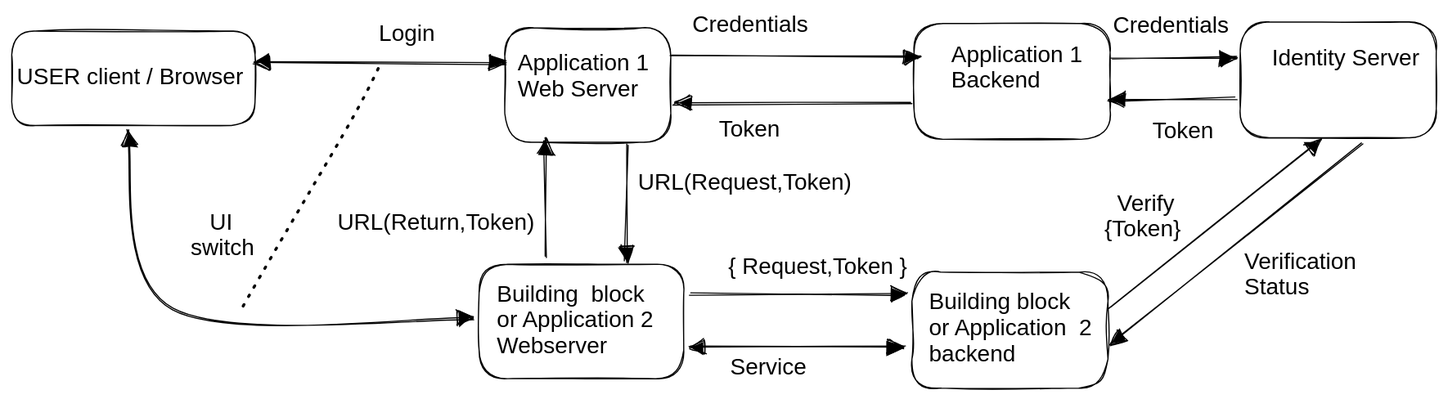
Earlier version of the Excalidraw export .gitbook/assets/file.excalidraw.svg (GovStackWorkingGroup/specifications). Source tidied: one line per element, renumbered; positions are measured from the earlier drawing's top-left corner, leaving out a move shared by most shapes. The source it was exported from:
```json
{"id": 0, "type": "rectangle", "strokeColor": "#000000", "strokeWidth": 1, "roughness": 1, "round": true, "x": 431, "y": 14, "width": 145, "height": 100}
{"id": 1, "type": "arrow", "strokeColor": "#000000", "strokeWidth": 1, "roughness": 1, "endArrowhead": "triangle", "round": true, "from": 0, "x": 576, "y": 38, "width": 218, "height": 2, "points": [[0, 0], [218, 2]]}
{"id": 2, "type": "arrow", "strokeColor": "#000000", "strokeWidth": 1, "roughness": 1, "endArrowhead": "triangle", "round": true, "from": 3, "to": 0, "x": 786, "y": 81, "width": 208, "height": 1, "points": [[0, 0], [-208, 1]]}
{"id": 3, "type": "rectangle", "strokeColor": "#000000", "strokeWidth": 1, "roughness": 1, "round": true, "x": 788, "y": 10, "width": 171, "height": 101}
{"id": 4, "type": "arrow", "strokeColor": "#000000", "strokeWidth": 1, "roughness": 1, "endArrowhead": "triangle", "round": true, "from": 3, "to": 5, "x": 961, "y": 41, "width": 109, "height": 1, "points": [[0, 0], [109, -1]]}
{"id": 5, "type": "rectangle", "strokeColor": "#000000", "strokeWidth": 1, "roughness": 1, "round": true, "x": 1073, "y": 9, "width": 171, "height": 101}
{"id": 6, "type": "arrow", "strokeColor": "#000000", "strokeWidth": 1, "roughness": 1, "endArrowhead": "triangle", "round": true, "from": 5, "x": 1069, "y": 75, "width": 111, "height": 3, "points": [[0, 0], [-111, 3]]}
{"id": 7, "type": "rectangle", "strokeColor": "#000000", "strokeWidth": 1, "roughness": 2, "round": true, "x": 786, "y": 228, "width": 171, "height": 101}
{"id": 8, "type": "arrow", "strokeColor": "#000000", "strokeWidth": 1, "roughness": 1, "endArrowhead": "triangle", "round": true, "from": 27, "to": 7, "x": 593, "y": 247, "width": 188, "height": 1, "points": [[0, 0], [188, 1]]}
{"id": 9, "type": "arrow", "strokeColor": "#000000", "strokeWidth": 1, "roughness": 1, "endArrowhead": "triangle", "round": true, "from": 7, "to": 5, "x": 959, "y": 260, "width": 184, "height": 148, "points": [[0, 0], [184, -148]]}
{"id": 10, "type": "arrow", "strokeColor": "#000000", "strokeWidth": 1, "roughness": 1, "startArrowhead": "triangle", "endArrowhead": "triangle", "round": true, "from": 7, "to": 27, "x": 780, "y": 293, "width": 187, "height": 0, "points": [[0, 0], [-187, 0]]}
{"id": 11, "type": "text", "text": "Credentials", "strokeColor": "#000000", "strokeWidth": 1, "roughness": 2, "fontSize": 20, "fontFamily": 2, "x": 962, "y": 0, "width": 103, "height": 23}
{"id": 12, "type": "text", "text": "Credentials", "strokeColor": "#000000", "strokeWidth": 1, "roughness": 2, "fontSize": 20, "fontFamily": 2, "x": 594, "y": 0, "width": 103, "height": 23}
{"id": 13, "type": "arrow", "strokeColor": "#000000", "strokeWidth": 1, "roughness": 1, "startArrowhead": "triangle", "endArrowhead": "triangle", "round": true, "from": 14, "to": 15, "x": 212, "y": 44, "width": 220, "height": 2, "points": [[0, 0], [220, 2]]}
{"id": 14, "type": "text", "text": "USER client / Browser", "strokeColor": "#000000", "strokeWidth": 1, "roughness": 2, "fontSize": 20, "fontFamily": 2, "x": 4, "y": 45, "width": 200, "height": 23}
{"id": 15, "type": "text", "text": "Application 1\nWeb Server", "strokeColor": "#000000", "strokeWidth": 1, "roughness": 2, "fontSize": 20, "fontFamily": 2, "x": 442, "y": 34, "width": 116, "height": 45}
{"id": 16, "type": "text", "text": "Application 1\nBackend", "strokeColor": "#000000", "strokeWidth": 1, "roughness": 2, "fontSize": 20, "fontFamily": 2, "x": 821, "y": 26, "width": 116, "height": 45}
{"id": 17, "type": "text", "text": "Login", "strokeColor": "#000000", "strokeWidth": 1, "roughness": 2, "fontSize": 20, "fontFamily": 2, "x": 321, "y": 8, "width": 51, "height": 23}
{"id": 18, "type": "text", "text": "  Token", "strokeColor": "#000000", "strokeWidth": 1, "roughness": 2, "fontSize": 20, "fontFamily": 2, "x": 986, "y": 93, "width": 66, "height": 23}
{"id": 19, "type": "text", "text": "  Token", "strokeColor": "#000000", "strokeWidth": 1, "roughness": 2, "fontSize": 20, "fontFamily": 2, "x": 607, "y": 92, "width": 66, "height": 23}
{"id": 20, "type": "text", "text": "  Verify \n{Token}", "strokeColor": "#000000", "strokeWidth": 1, "roughness": 2, "fontSize": 20, "fontFamily": 2, "x": 954, "y": 156, "width": 69, "height": 45}
{"id": 21, "type": "text", "text": "URL(Request,Token)", "strokeColor": "#000000", "strokeWidth": 1, "roughness": 2, "fontSize": 20, "fontFamily": 2, "x": 547, "y": 138, "width": 189, "height": 23}
{"id": 22, "type": "text", "text": "URL(Return,Token)", "strokeColor": "#000000", "strokeWidth": 1, "roughness": 2, "fontSize": 20, "fontFamily": 2, "x": 284, "y": 173, "width": 174, "height": 23}
{"id": 23, "type": "text", "text": "Verification\nStatus\n", "strokeColor": "#000000", "strokeWidth": 1, "roughness": 2, "fontSize": 20, "fontFamily": 2, "x": 1077, "y": 207, "width": 99, "height": 68}
{"id": 24, "type": "text", "text": "Identity Server", "strokeColor": "#000000", "strokeWidth": 1, "roughness": 2, "fontSize": 20, "fontFamily": 2, "x": 1101, "y": 29, "width": 131, "height": 23}
{"id": 25, "type": "text", "text": "Building block  \nor Application  2\nbackend", "strokeColor": "#000000", "strokeWidth": 1, "roughness": 2, "fontSize": 20, "fontFamily": 2, "x": 801, "y": 242, "width": 143, "height": 68}
{"id": 26, "type": "arrow", "strokeColor": "#000000", "strokeWidth": 1, "roughness": 1, "endArrowhead": "triangle", "round": true, "from": 5, "to": 7, "x": 1180, "y": 115, "width": 220, "height": 175, "points": [[0, 0], [-220, 175]]}
{"id": 27, "type": "rectangle", "strokeColor": "#000000", "strokeWidth": 1, "roughness": 1, "round": true, "x": 408, "y": 221, "width": 179, "height": 100}
{"id": 28, "type": "text", "text": "Building  block \nor Application 2\nWebserver", "strokeColor": "#000000", "strokeWidth": 1, "roughness": 1, "fontSize": 20, "fontFamily": 2, "x": 424, "y": 236, "width": 138, "height": 68}
{"id": 29, "type": "arrow", "strokeColor": "#000000", "strokeWidth": 1, "roughness": 1, "endArrowhead": "triangle", "round": true, "from": 0, "to": 28, "x": 538, "y": 117, "width": 2, "height": 102, "points": [[0, 0], [-2, 102]]}
{"id": 30, "type": "arrow", "strokeColor": "#000000", "strokeWidth": 1, "roughness": 1, "endArrowhead": "triangle", "round": true, "from": 27, "x": 466, "y": 215, "width": 1, "height": 103, "points": [[0, 0], [-1, -103]]}
{"id": 31, "type": "text", "text": "     { Request,Token }", "strokeColor": "#000000", "strokeWidth": 1, "roughness": 2, "fontSize": 19.78, "fontFamily": 2, "x": 598, "y": 211, "width": 186, "height": 23}
{"id": 32, "type": "text", "text": "Service\n", "strokeColor": "#000000", "strokeWidth": 1, "roughness": 1, "fontSize": 20, "fontFamily": 2, "x": 628, "y": 299, "width": 68, "height": 45}
{"id": 33, "type": "rectangle", "strokeColor": "#000000", "strokeWidth": 1, "roughness": 1, "round": true, "x": 0, "y": 17, "width": 212, "height": 82}
{"id": 34, "type": "arrow", "strokeColor": "#000000", "strokeWidth": 1, "roughness": 1, "startArrowhead": "triangle", "endArrowhead": "triangle", "round": true, "from": 33, "to": 27, "x": 101, "y": 104, "width": 303, "height": 165, "points": [[0, 0], [39, 156], [303, 165]]}
{"id": 35, "type": "line", "strokeColor": "#000000", "strokeWidth": 2, "strokeStyle": "dotted", "roughness": 2, "x": 322, "y": 51, "width": 125, "height": 212, "points": [[0, 0], [-125, 212]]}
{"id": 36, "type": "text", "text": "   UI \nswitch", "strokeColor": "#000000", "strokeWidth": 2, "strokeStyle": "dotted", "roughness": 2, "fontSize": 20, "fontFamily": 2, "x": 156, "y": 173, "width": 58, "height": 45}
```
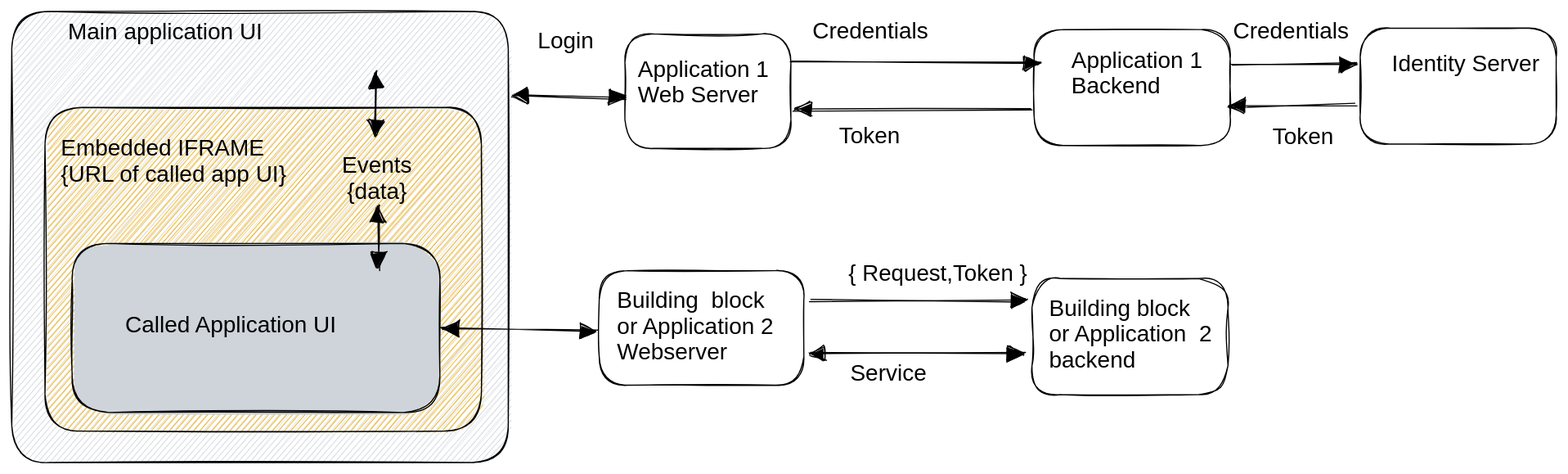
The same file after the commit.

Change to the diagram source:
```diff
@@ -2,36 +2,33 @@
 {"id": 1, "type": "arrow", "strokeColor": "#000000", "strokeWidth": 1, "roughness": 1, "endArrowhead": "triangle", "round": true, "from": 0, "x": 576, "y": 38, "width": 218, "height": 2, "points": [[0, 0], [218, 2]]}
 {"id": 2, "type": "arrow", "strokeColor": "#000000", "strokeWidth": 1, "roughness": 1, "endArrowhead": "triangle", "round": true, "from": 3, "to": 0, "x": 786, "y": 81, "width": 208, "height": 1, "points": [[0, 0], [-208, 1]]}
 {"id": 3, "type": "rectangle", "strokeColor": "#000000", "strokeWidth": 1, "roughness": 1, "round": true, "x": 788, "y": 10, "width": 171, "height": 101}
-{"id": 4, "type": "arrow", "strokeColor": "#000000", "strokeWidth": 1, "roughness": 1, "endArrowhead": "triangle", "round": true, "from": 3, "to": 5, "x": 961, "y": 41, "width": 109, "height": 1, "points": [[0, 0], [109, -1]]}
+{"id": 4, "type": "arrow", "strokeColor": "#000000", "strokeWidth": 1, "roughness": 1, "endArrowhead": "triangle", "round": true, "from": 3, "to": 11, "x": 961, "y": 41, "width": 109, "height": 1, "points": [[0, 0], [109, -1]]}
 {"id": 5, "type": "rectangle", "strokeColor": "#000000", "strokeWidth": 1, "roughness": 1, "round": true, "x": 1073, "y": 9, "width": 171, "height": 101}
 {"id": 6, "type": "arrow", "strokeColor": "#000000", "strokeWidth": 1, "roughness": 1, "endArrowhead": "triangle", "round": true, "from": 5, "x": 1069, "y": 75, "width": 111, "height": 3, "points": [[0, 0], [-111, 3]]}
 {"id": 7, "type": "rectangle", "strokeColor": "#000000", "strokeWidth": 1, "roughness": 2, "round": true, "x": 786, "y": 228, "width": 171, "height": 101}
-{"id": 8, "type": "arrow", "strokeColor": "#000000", "strokeWidth": 1, "roughness": 1, "endArrowhead": "triangle", "round": true, "from": 27, "to": 7, "x": 593, "y": 247, "width": 188, "height": 1, "points": [[0, 0], [188, 1]]}
+{"id": 8, "type": "arrow", "strokeColor": "#000000", "strokeWidth": 1, "roughness": 1, "endArrowhead": "triangle", "round": true, "from": 31, "to": 7, "x": 593, "y": 247, "width": 188, "height": 1, "points": [[0, 0], [188, 1]]}
-{"id": 9, "type": "arrow", "strokeColor": "#000000", "strokeWidth": 1, "roughness": 1, "endArrowhead": "triangle", "round": true, "from": 7, "to": 5, "x": 959, "y": 260, "width": 184, "height": 148, "points": [[0, 0], [184, -148]]}
 {"id": 10, "type": "arrow", "strokeColor": "#000000", "strokeWidth": 1, "roughness": 1, "startArrowhead": "triangle", "endArrowhead": "triangle", "round": true, "from": 7, "to": 27, "x": 780, "y": 293, "width": 187, "height": 0, "points": [[0, 0], [-187, 0]]}
 {"id": 11, "type": "text", "text": "Credentials", "strokeColor": "#000000", "strokeWidth": 1, "roughness": 2, "fontSize": 20, "fontFamily": 2, "x": 962, "y": 0, "width": 103, "height": 23}
 {"id": 12, "type": "text", "text": "Credentials", "strokeColor": "#000000", "strokeWidth": 1, "roughness": 2, "fontSize": 20, "fontFamily": 2, "x": 594, "y": 0, "width": 103, "height": 23}
-{"id": 13, "type": "arrow", "strokeColor": "#000000", "strokeWidth": 1, "roughness": 1, "startArrowhead": "triangle", "endArrowhead": "triangle", "round": true, "from": 14, "to": 15, "x": 212, "y": 44, "width": 220, "height": 2, "points": [[0, 0], [220, 2]]}
+{"id": 13, "type": "arrow", "strokeColor": "#000000", "strokeWidth": 1, "roughness": 1, "startArrowhead": "triangle", "endArrowhead": "triangle", "round": true, "from": 37, "to": 15, "x": 333, "y": 67, "width": 99, "height": 4, "points": [[0, 0], [99, 4]]}
-{"id": 14, "type": "text", "text": "USER client / Browser", "strokeColor": "#000000", "strokeWidth": 1, "roughness": 2, "fontSize": 20, "fontFamily": 2, "x": 4, "y": 45, "width": 200, "height": 23}
 {"id": 15, "type": "text", "text": "Application 1\nWeb Server", "strokeColor": "#000000", "strokeWidth": 1, "roughness": 2, "fontSize": 20, "fontFamily": 2, "x": 442, "y": 34, "width": 116, "height": 45}
 {"id": 16, "type": "text", "text": "Application 1\nBackend", "strokeColor": "#000000", "strokeWidth": 1, "roughness": 2, "fontSize": 20, "fontFamily": 2, "x": 821, "y": 26, "width": 116, "height": 45}
-{"id": 17, "type": "text", "text": "Login", "strokeColor": "#000000", "strokeWidth": 1, "roughness": 2, "fontSize": 20, "fontFamily": 2, "x": 321, "y": 8, "width": 51, "height": 23}
+{"id": 17, "type": "text", "text": "Login", "strokeColor": "#000000", "strokeWidth": 1, "roughness": 2, "fontSize": 20, "fontFamily": 2, "x": 354, "y": 9, "width": 51, "height": 23}
 {"id": 18, "type": "text", "text": "  Token", "strokeColor": "#000000", "strokeWidth": 1, "roughness": 2, "fontSize": 20, "fontFamily": 2, "x": 986, "y": 93, "width": 66, "height": 23}
 {"id": 19, "type": "text", "text": "  Token", "strokeColor": "#000000", "strokeWidth": 1, "roughness": 2, "fontSize": 20, "fontFamily": 2, "x": 607, "y": 92, "width": 66, "height": 23}
-{"id": 20, "type": "text", "text": "  Verify \n{Token}", "strokeColor": "#000000", "strokeWidth": 1, "roughness": 2, "fontSize": 20, "fontFamily": 2, "x": 954, "y": 156, "width": 69, "height": 45}
-{"id": 21, "type": "text", "text": "URL(Request,Token)", "strokeColor": "#000000", "strokeWidth": 1, "roughness": 2, "fontSize": 20, "fontFamily": 2, "x": 547, "y": 138, "width": 189, "height": 23}
-{"id": 22, "type": "text", "text": "URL(Return,Token)", "strokeColor": "#000000", "strokeWidth": 1, "roughness": 2, "fontSize": 20, "fontFamily": 2, "x": 284, "y": 173, "width": 174, "height": 23}
-{"id": 23, "type": "text", "text": "Verification\nStatus\n", "strokeColor": "#000000", "strokeWidth": 1, "roughness": 2, "fontSize": 20, "fontFamily": 2, "x": 1077, "y": 207, "width": 99, "height": 68}
 {"id": 24, "type": "text", "text": "Identity Server", "strokeColor": "#000000", "strokeWidth": 1, "roughness": 2, "fontSize": 20, "fontFamily": 2, "x": 1101, "y": 29, "width": 131, "height": 23}
 {"id": 25, "type": "text", "text": "Building block  \nor Application  2\nbackend", "strokeColor": "#000000", "strokeWidth": 1, "roughness": 2, "fontSize": 20, "fontFamily": 2, "x": 801, "y": 242, "width": 143, "height": 68}
-{"id": 26, "type": "arrow", "strokeColor": "#000000", "strokeWidth": 1, "roughness": 1, "endArrowhead": "triangle", "round": true, "from": 5, "to": 7, "x": 1180, "y": 115, "width": 220, "height": 175, "points": [[0, 0], [-220, 175]]}
 {"id": 27, "type": "rectangle", "strokeColor": "#000000", "strokeWidth": 1, "roughness": 1, "round": true, "x": 408, "y": 221, "width": 179, "height": 100}
 {"id": 28, "type": "text", "text": "Building  block \nor Application 2\nWebserver", "strokeColor": "#000000", "strokeWidth": 1, "roughness": 1, "fontSize": 20, "fontFamily": 2, "x": 424, "y": 236, "width": 138, "height": 68}
-{"id": 29, "type": "arrow", "strokeColor": "#000000", "strokeWidth": 1, "roughness": 1, "endArrowhead": "triangle", "round": true, "from": 0, "to": 28, "x": 538, "y": 117, "width": 2, "height": 102, "points": [[0, 0], [-2, 102]]}
-{"id": 30, "type": "arrow", "strokeColor": "#000000", "strokeWidth": 1, "roughness": 1, "endArrowhead": "triangle", "round": true, "from": 27, "x": 466, "y": 215, "width": 1, "height": 103, "points": [[0, 0], [-1, -103]]}
-{"id": 31, "type": "text", "text": "     { Request,Token }", "strokeColor": "#000000", "strokeWidth": 1, "roughness": 2, "fontSize": 19.78, "fontFamily": 2, "x": 598, "y": 211, "width": 186, "height": 23}
+{"id": 31, "type": "text", "text": "     { Request,Token }", "strokeColor": "#000000", "strokeWidth": 1, "roughness": 2, "fontSize": 19.78, "fontFamily": 2, "x": 599, "y": 211, "width": 186, "height": 23}
 {"id": 32, "type": "text", "text": "Service\n", "strokeColor": "#000000", "strokeWidth": 1, "roughness": 1, "fontSize": 20, "fontFamily": 2, "x": 628, "y": 299, "width": 68, "height": 45}
-{"id": 33, "type": "rectangle", "strokeColor": "#000000", "strokeWidth": 1, "roughness": 1, "round": true, "x": 0, "y": 17, "width": 212, "height": 82}
+{"id": 33, "type": "rectangle", "strokeColor": "#000000", "backgroundColor": "#ced4da", "fillStyle": "hachure", "strokeWidth": 1, "roughness": 1, "round": true, "x": -105, "y": -5, "width": 434, "height": 394}
-{"id": 34, "type": "arrow", "strokeColor": "#000000", "strokeWidth": 1, "roughness": 1, "startArrowhead": "triangle", "endArrowhead": "triangle", "round": true, "from": 33, "to": 27, "x": 101, "y": 104, "width": 303, "height": 165, "points": [[0, 0], [39, 156], [303, 165]]}
-{"id": 35, "type": "line", "strokeColor": "#000000", "strokeWidth": 2, "strokeStyle": "dotted", "roughness": 2, "x": 322, "y": 51, "width": 125, "height": 212, "points": [[0, 0], [-125, 212]]}
-{"id": 36, "type": "text", "text": "   UI \nswitch", "strokeColor": "#000000", "strokeWidth": 2, "strokeStyle": "dotted", "roughness": 2, "fontSize": 20, "fontFamily": 2, "x": 156, "y": 173, "width": 58, "height": 45}
+{"id": 37, "type": "rectangle", "strokeColor": "#000000", "backgroundColor": "#fab005", "fillStyle": "hachure", "strokeWidth": 1, "roughness": 1, "round": true, "x": -76, "y": 78, "width": 381, "height": 282}
+{"id": 38, "type": "text", "text": "Main application UI", "strokeColor": "#000000", "strokeWidth": 1, "roughness": 1, "fontSize": 20, "fontFamily": 2, "x": -56, "y": 1, "width": 172, "height": 23}
+{"id": 39, "type": "rectangle", "strokeColor": "#000000", "backgroundColor": "#ced4da", "fillStyle": "solid", "strokeWidth": 1, "roughness": 1, "round": true, "x": -52, "y": 197, "width": 321, "height": 148}
+{"id": 40, "type": "arrow", "strokeColor": "#000000", "backgroundColor": "#ced4da", "fillStyle": "hachure", "strokeWidth": 1, "roughness": 1, "startArrowhead": "triangle", "endArrowhead": "triangle", "round": true, "from": 27, "to": 39, "x": 406, "y": 275, "width": 135, "height": 3, "points": [[0, 0], [-135, -3]]}
+{"id": 41, "type": "text", "text": "Embedded IFRAME\n{URL of called app UI}", "strokeColor": "#000000", "backgroundColor": "#ced4da", "fillStyle": "hachure", "strokeWidth": 1, "roughness": 1, "fontSize": 20, "fontFamily": 2, "x": -62, "y": 103, "width": 199, "height": 45}
+{"id": 42, "type": "text", "text": "Called Application UI", "strokeColor": "#000000", "backgroundColor": "#ced4da", "fillStyle": "hachure", "strokeWidth": 1, "roughness": 1, "fontSize": 20, "fontFamily": 2, "x": -6, "y": 257, "width": 187, "height": 23}
+{"id": 43, "type": "text", "text": "Events\n{data}", "strokeColor": "#000000", "backgroundColor": "#ced4da", "fillStyle": "hachure", "strokeWidth": 1, "roughness": 1, "fontSize": 20, "fontFamily": 2, "textAlign": "center", "x": 183, "y": 118, "width": 62, "height": 45}
+{"id": 44, "type": "arrow", "strokeColor": "#000000", "backgroundColor": "#ced4da", "fillStyle": "hachure", "strokeWidth": 1, "roughness": 1, "startArrowhead": "triangle", "endArrowhead": "triangle", "round": true, "from": 43, "x": 213, "y": 103, "width": 1, "height": 57, "points": [[0, 0], [0, -25], [1, -57]]}
+{"id": 45, "type": "arrow", "strokeColor": "#000000", "backgroundColor": "#ced4da", "fillStyle": "hachure", "strokeWidth": 1, "roughness": 1, "startArrowhead": "triangle", "endArrowhead": "triangle", "round": true, "to": 43, "x": 216, "y": 219, "width": 0, "height": 55, "points": [[0, 0], [0, -25], [0, -55]]}
```
